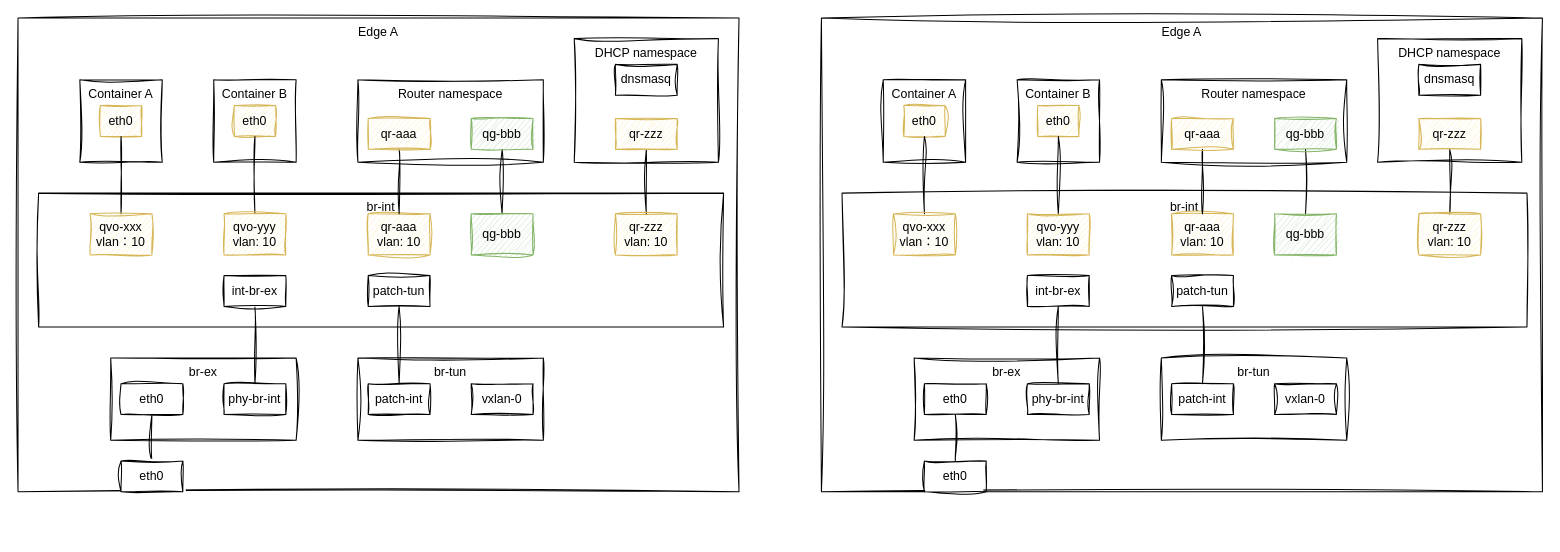
Before: page "多节点同一子网" (3 of 5) of 网络虚拟化v2.drawio in wangkuntian/draw, a draw.io diagram. Source tidied: cells renumbered, new cells numbered last; positions are measured from the earlier drawing's top-left corner, leaving out a move shared by most shapes. Both pictures are drawn from the tidied source at 103%, with x=0, y=0 at pixel (18, 18).
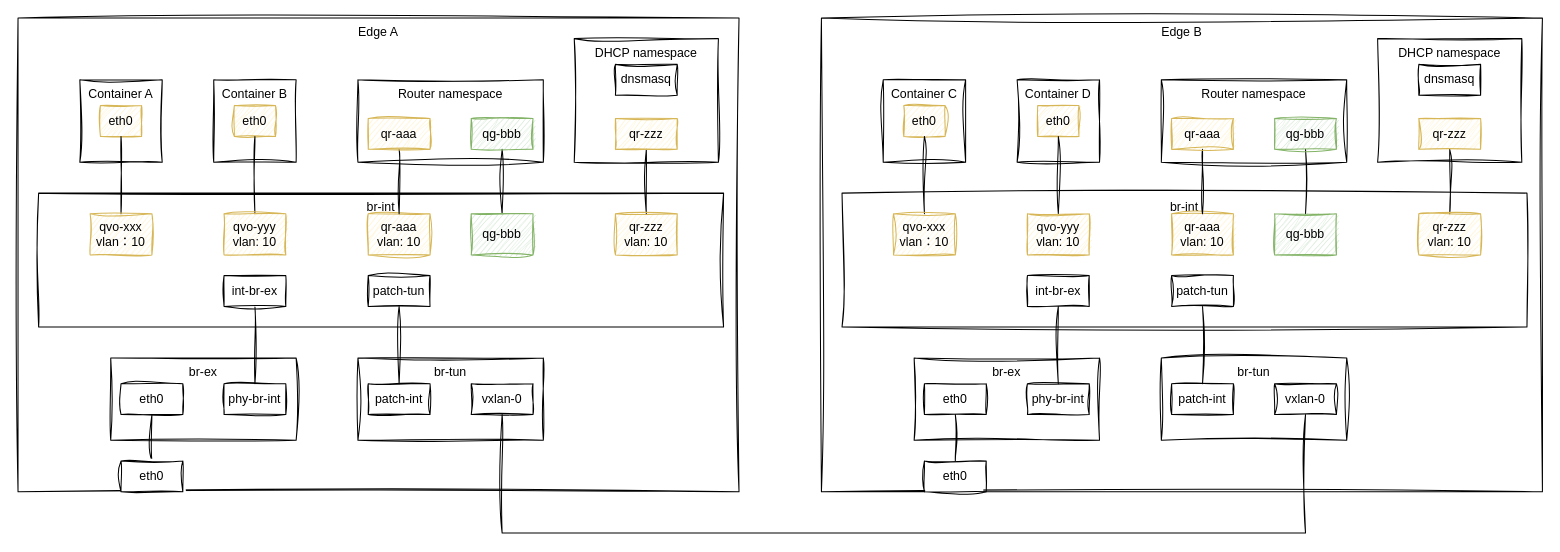
Above is the later version.

Commit message:
Update 网络虚拟化v2.drawio

Unchanged cells that the change refers to:
```xml
<mxCell id="25" value="vxlan-0" style="rounded=0;whiteSpace=wrap;html=1;labelBackgroundColor=none;sketch=1;curveFitting=1;jiggle=2;" parent="1" vertex="1">
  <mxGeometry x="440" y="355" width="60" height="30" as="geometry" />
</mxCell>
<mxCell id="59" value="vxlan-0" style="rounded=0;whiteSpace=wrap;html=1;labelBackgroundColor=none;sketch=1;curveFitting=1;jiggle=2;" parent="1" vertex="1">
  <mxGeometry x="1220" y="355" width="60" height="30" as="geometry" />
</mxCell>
```

Change to the diagram source:
```diff
@@
+    <mxCell id="70" style="edgeStyle=orthogonalEdgeStyle;rounded=0;sketch=1;hachureGap=4;jiggle=2;curveFitting=1;jettySize=auto;html=1;entryX=0.5;entryY=1;entryDx=0;entryDy=0;fontFamily=Architects Daughter;endArrow=none;startFill=0;" parent="1" edge="1" source="25" target="59">
+      <mxGeometry relative="1" as="geometry">
+        <Array as="points">
+          <mxPoint x="470" y="500" />
+          <mxPoint x="1250" y="500" />
+        </Array>
+      </mxGeometry>
+    </mxCell>
@@
-    <mxCell id="36" value="Edge A" style="rounded=0;whiteSpace=wrap;html=1;verticalAlign=top;labelBackgroundColor=none;sketch=1;curveFitting=1;jiggle=2;fillColor=none;" parent="1" vertex="1">
+    <mxCell id="36" value="Edge B" style="rounded=0;whiteSpace=wrap;html=1;verticalAlign=top;labelBackgroundColor=none;sketch=1;curveFitting=1;jiggle=2;fillColor=none;" parent="1" vertex="1">
       <mxGeometry x="780" width="700" height="460" as="geometry" />
     </mxCell>
-    <mxCell id="37" value="Container A" style="whiteSpace=wrap;html=1;verticalAlign=top;align=center;fontFamily=Helvetica;fontSize=12;labelBackgroundColor=none;sketch=1;curveFitting=1;jiggle=2;rounded=0;fillColor=none;" parent="1" vertex="1">
+    <mxCell id="37" value="Container C" style="whiteSpace=wrap;html=1;verticalAlign=top;align=center;fontFamily=Helvetica;fontSize=12;labelBackgroundColor=none;sketch=1;curveFitting=1;jiggle=2;rounded=0;fillColor=none;" parent="1" vertex="1">
       <mxGeometry x="840" y="60" width="80" height="80" as="geometry" />
     </mxCell>
@@
-    <mxCell id="60" value="Container B" style="whiteSpace=wrap;html=1;verticalAlign=top;align=center;fontFamily=Helvetica;fontSize=12;labelBackgroundColor=none;sketch=1;curveFitting=1;jiggle=2;rounded=0;fillColor=none;" parent="1" vertex="1">
+    <mxCell id="60" value="Container D" style="whiteSpace=wrap;html=1;verticalAlign=top;align=center;fontFamily=Helvetica;fontSize=12;labelBackgroundColor=none;sketch=1;curveFitting=1;jiggle=2;rounded=0;fillColor=none;" parent="1" vertex="1">
       <mxGeometry x="970" y="60" width="80" height="80" as="geometry" />
     </mxCell>
```
